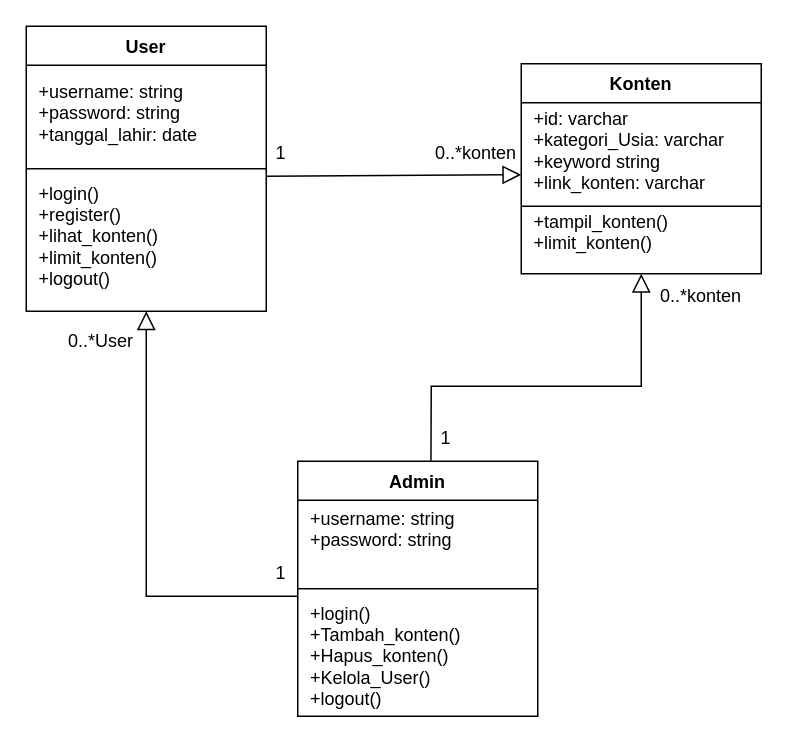
The draw.io diagram Class Diagram.drawio in abdraiin/Sistem-Rekomendasi-Konten, before the edit. Source tidied: cells renumbered, new cells numbered last; positions are measured from the earlier drawing's top-left corner, leaving out a move shared by most shapes. Both pictures are drawn from the tidied source at 150%, with x=0, y=0 at pixel (26, 26).
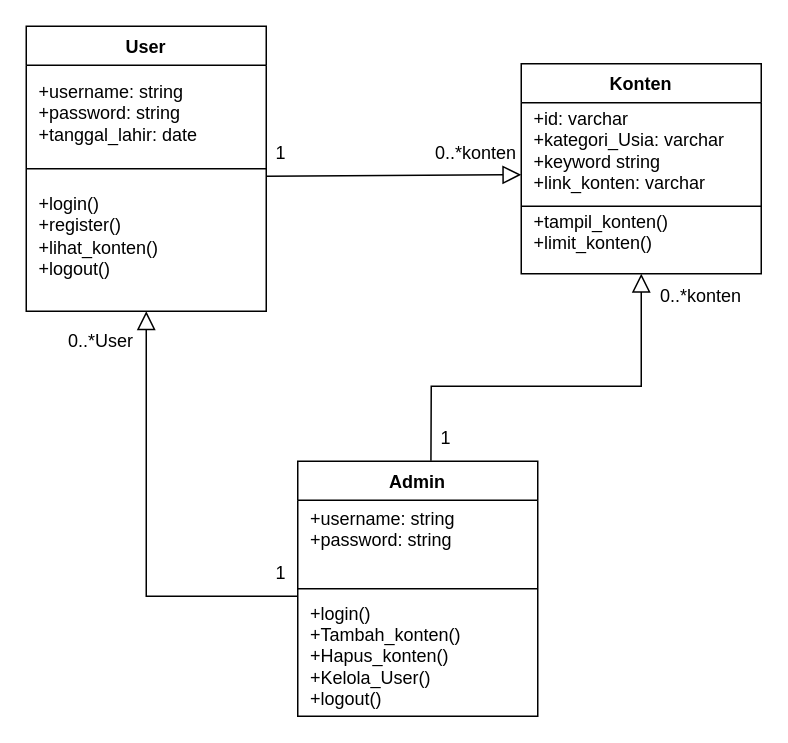
The same diagram, later.

Unchanged cells that the change refers to:
```xml
<mxCell id="2" value="User" style="swimlane;fontStyle=1;align=center;verticalAlign=top;horizontal=1;startSize=26;rounded=0;shadow=0;strokeWidth=1;" parent="1" vertex="1">
  <mxGeometry width="160" height="190" as="geometry" />
</mxCell>
```

Change to the diagram source:
```diff
@@
-    <mxCell id="5" value="&amp;nbsp; +login()&lt;div&gt;&amp;nbsp; +register()&lt;/div&gt;&lt;div&gt;&amp;nbsp; +lihat_konten()&lt;/div&gt;&lt;div&gt;&amp;nbsp; +limit_konten()&lt;/div&gt;&lt;div&gt;&amp;nbsp; +logout()&lt;/div&gt;" style="text;html=1;whiteSpace=wrap;strokeColor=none;fillColor=none;align=left;verticalAlign=middle;rounded=0;" parent="2" vertex="1">
+    <mxCell id="5" value="&amp;nbsp; +login()&lt;div&gt;&amp;nbsp; +register()&lt;/div&gt;&lt;div&gt;&amp;nbsp; +lihat_konten()&lt;/div&gt;&lt;div&gt;&amp;nbsp; +logout()&lt;/div&gt;" style="text;html=1;whiteSpace=wrap;strokeColor=none;fillColor=none;align=left;verticalAlign=middle;rounded=0;" parent="2" vertex="1">
       <mxGeometry y="100" width="160" height="80" as="geometry" />
     </mxCell>
```
